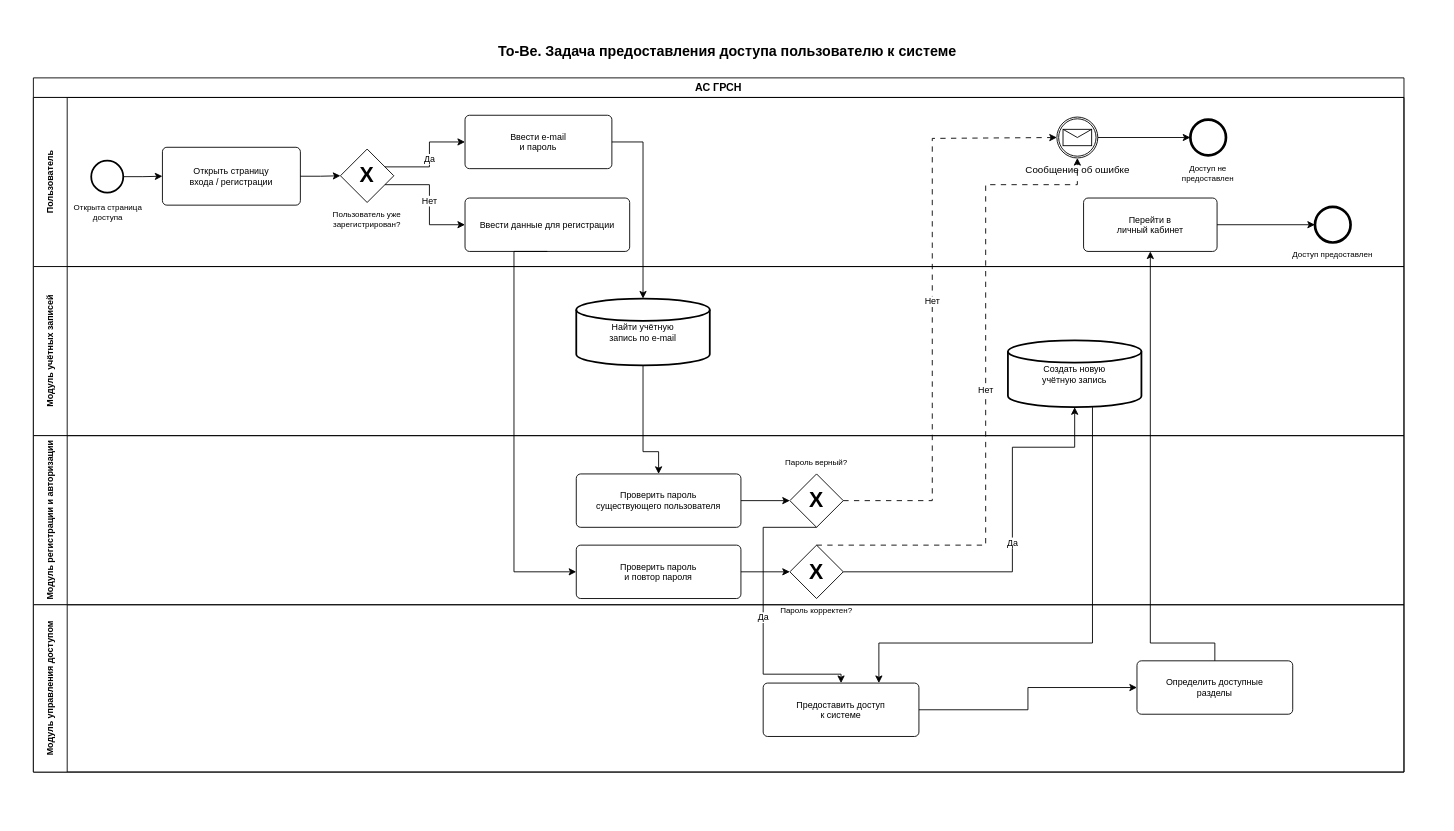
Skipl1/ASOIU keeps this draw.io diagram as Optimization-Methods/laba_2/diagrams/To-Be/To-Be_Задача предоставления доступа пользователю к системе.drawio. Above is the earlier version. Source tidied: cells renumbered, new cells numbered last; positions are measured from the earlier drawing's top-left corner, leaving out a move shared by most shapes. Both pictures are drawn from the tidied source at 89%, with x=0, y=0 at pixel (15, 15).
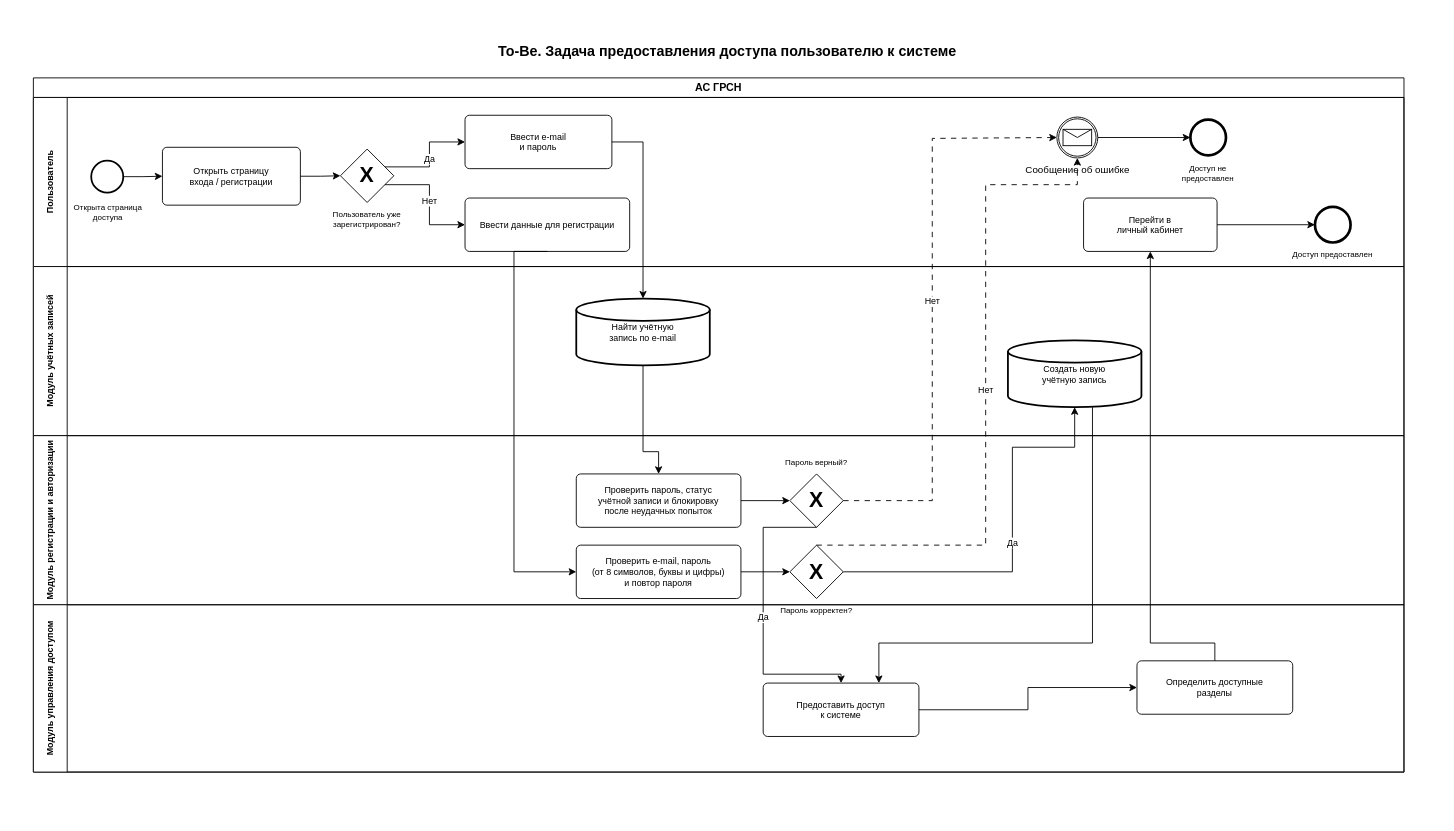
Above is the later version.

Diff of the diagram source:
```diff
@@
-    <mxCell id="24" value="Проверить пароль&lt;br&gt;существующего пользователя" style="rounded=1;whiteSpace=wrap;html=1;arcSize=10;absoluteArcSize=1;fillColor=#ffffff;strokeColor=#000000;fontSize=10;" parent="1" vertex="1">
+    <mxCell id="24" value="Проверить пароль, статус&lt;br&gt;учётной записи и блокировку&lt;br&gt;после неудачных попыток" style="rounded=1;whiteSpace=wrap;html=1;arcSize=10;absoluteArcSize=1;fillColor=#ffffff;strokeColor=#000000;fontSize=10;" parent="1" vertex="1">
       <mxGeometry x="630" y="515" width="185" height="60" as="geometry" />
     </mxCell>
@@
-    <mxCell id="27" value="Проверить пароль&lt;br&gt;и повтор пароля" style="rounded=1;whiteSpace=wrap;html=1;arcSize=10;absoluteArcSize=1;fillColor=#ffffff;strokeColor=#000000;fontSize=10;" parent="1" vertex="1">
+    <mxCell id="27" value="Проверить e-mail, пароль&lt;br&gt;(от 8 символов, буквы и цифры)&lt;br&gt;и повтор пароля" style="rounded=1;whiteSpace=wrap;html=1;arcSize=10;absoluteArcSize=1;fillColor=#ffffff;strokeColor=#000000;fontSize=10;" parent="1" vertex="1">
       <mxGeometry x="630" y="595" width="185" height="60" as="geometry" />
     </mxCell>
```
